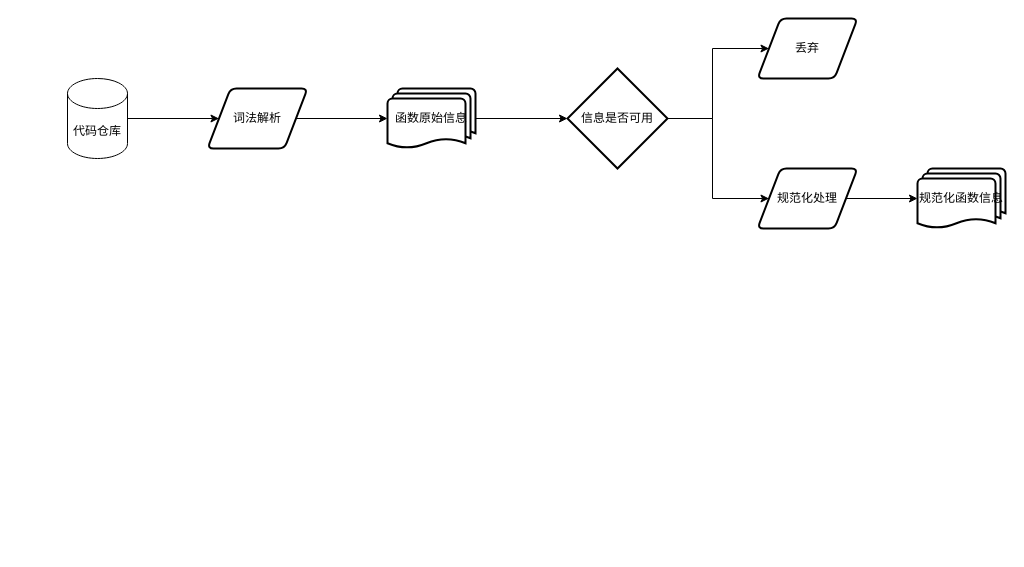
Earlier version of the draw.io diagram 设计流程图.drawio (wanghaoxu001/cloudimg). Source tidied: cells renumbered, new cells numbered last; positions are measured from the earlier drawing's top-left corner, leaving out a move shared by most shapes. Both pictures are drawn from the tidied source at 100%, with x=0, y=0 at pixel (67, 18).
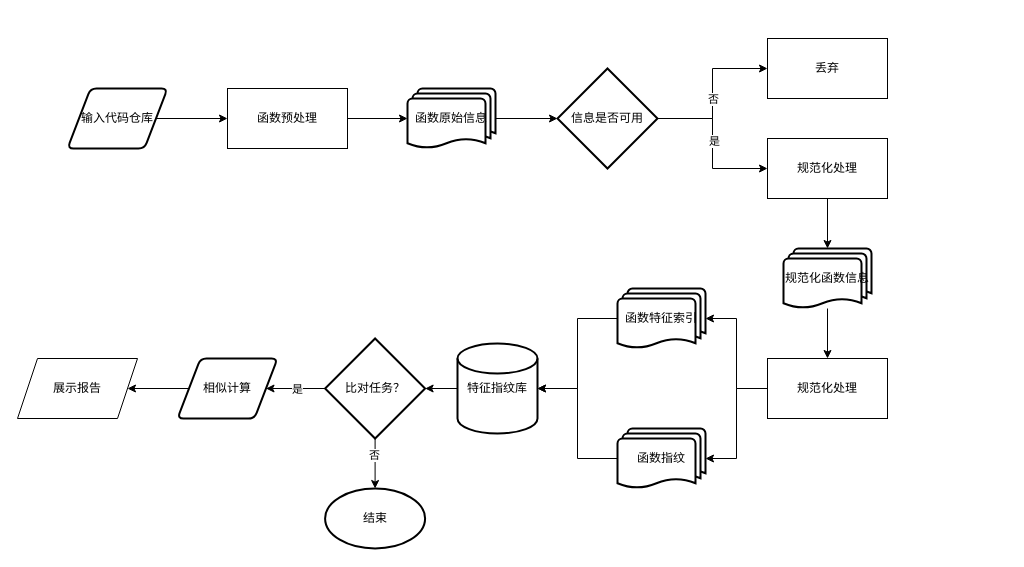
The same diagram, later.

Commit message (it also covers changes not shown here):
更新设计流程图.drawio

The change refers to these unchanged cells:
```xml
<mxCell id="11" style="edgeStyle=orthogonalEdgeStyle;rounded=0;jettySize=auto;html=1;entryX=0;entryY=0.5;entryDx=0;entryDy=0;" parent="1" edge="1" source="12" target="13">
  <mxGeometry relative="1" as="geometry" />
</mxCell>
```

Change to the diagram source:
```diff
@@
-    <mxCell id="2" style="edgeStyle=orthogonalEdgeStyle;rounded=0;jettySize=auto;html=1;entryX=0;entryY=0.5;entryDx=0;entryDy=0;" parent="1" edge="1" source="3" target="5">
-      <mxGeometry relative="1" as="geometry" />
-    </mxCell>
-    <mxCell id="3" value="代码仓库" style="shape=cylinder3;whiteSpace=wrap;html=1;boundedLbl=1;backgroundOutline=1;size=15;" parent="1" vertex="1">
-      <mxGeometry y="60" width="60" height="80" as="geometry" />
-    </mxCell>
-    <mxCell id="4" style="edgeStyle=orthogonalEdgeStyle;rounded=0;jettySize=auto;html=1;" parent="1" edge="1" source="5" target="7">
-      <mxGeometry relative="1" as="geometry" />
-    </mxCell>
-    <mxCell id="5" value="词法解析" style="shape=parallelogram;html=1;strokeWidth=2;perimeter=parallelogramPerimeter;whiteSpace=wrap;rounded=1;arcSize=12;size=0.23;" parent="1" vertex="1">
-      <mxGeometry x="140" y="70" width="100" height="60" as="geometry" />
-    </mxCell>
@@
     <mxCell id="7" value="函数原始信息" style="strokeWidth=2;html=1;shape=mxgraph.flowchart.multi-document;whiteSpace=wrap;" parent="1" vertex="1">
-      <mxGeometry x="320" y="70" width="88" height="60" as="geometry" />
+      <mxGeometry x="340" y="70" width="88" height="60" as="geometry" />
     </mxCell>
-    <mxCell id="8" style="edgeStyle=orthogonalEdgeStyle;rounded=0;jettySize=auto;html=1;entryX=0;entryY=0.5;entryDx=0;entryDy=0;entryPerimeter=0;" parent="1" edge="1" source="9" target="14">
-      <mxGeometry relative="1" as="geometry" />
-    </mxCell>
-    <mxCell id="9" value="规范化处理" style="shape=parallelogram;html=1;strokeWidth=2;perimeter=parallelogramPerimeter;whiteSpace=wrap;rounded=1;arcSize=12;size=0.23;" parent="1" vertex="1">
-      <mxGeometry x="690" y="150" width="100" height="60" as="geometry" />
-    </mxCell>
-    <mxCell id="10" style="edgeStyle=orthogonalEdgeStyle;rounded=0;jettySize=auto;html=1;" parent="1" edge="1" source="12" target="9">
-      <mxGeometry relative="1" as="geometry" />
-    </mxCell>
@@
+    <mxCell id="15" value="否" style="edgeLabel;html=1;align=center;verticalAlign=middle;" parent="11" vertex="1">
+      <mxGeometry x="0.19" relative="1" as="geometry">
+        <mxPoint y="20" as="offset" />
+      </mxGeometry>
+    </mxCell>
+    <mxCell id="16" style="edgeStyle=orthogonalEdgeStyle;rounded=0;jettySize=auto;html=1;entryX=0;entryY=0.5;entryDx=0;entryDy=0;" parent="1" edge="1" source="12" target="36">
+      <mxGeometry relative="1" as="geometry" />
+    </mxCell>
+    <mxCell id="17" value="是" style="edgeLabel;html=1;align=center;verticalAlign=middle;" parent="16" vertex="1">
+      <mxGeometry x="-0.04" y="1" relative="1" as="geometry" />
+    </mxCell>
     <mxCell id="12" value="信息是否可用" style="strokeWidth=2;html=1;shape=mxgraph.flowchart.decision;whiteSpace=wrap;" parent="1" vertex="1">
-      <mxGeometry x="500" y="50" width="100" height="100" as="geometry" />
+      <mxGeometry x="490" y="50" width="100" height="100" as="geometry" />
     </mxCell>
+    <mxCell id="18" style="edgeStyle=orthogonalEdgeStyle;rounded=0;jettySize=auto;html=1;" parent="1" edge="1" source="14" target="41">
+      <mxGeometry relative="1" as="geometry" />
+    </mxCell>
+    <mxCell id="14" value="规范化函数信息" style="strokeWidth=2;html=1;shape=mxgraph.flowchart.multi-document;whiteSpace=wrap;" parent="1" vertex="1">
+      <mxGeometry x="716" y="230" width="88" height="60" as="geometry" />
+    </mxCell>
+    <mxCell id="19" style="edgeStyle=orthogonalEdgeStyle;rounded=0;jettySize=auto;html=1;entryX=1;entryY=0.5;entryDx=0;entryDy=0;entryPerimeter=0;" parent="1" edge="1" source="20" target="24">
+      <mxGeometry relative="1" as="geometry" />
+    </mxCell>
+    <mxCell id="20" value="函数指纹" style="strokeWidth=2;html=1;shape=mxgraph.flowchart.multi-document;whiteSpace=wrap;" parent="1" vertex="1">
+      <mxGeometry x="550" y="410" width="88" height="60" as="geometry" />
+    </mxCell>
+    <mxCell id="21" style="edgeStyle=orthogonalEdgeStyle;rounded=0;jettySize=auto;html=1;entryX=1;entryY=0.5;entryDx=0;entryDy=0;entryPerimeter=0;" parent="1" edge="1" source="22" target="24">
+      <mxGeometry relative="1" as="geometry" />
+    </mxCell>
+    <mxCell id="22" value="函数特征索引" style="strokeWidth=2;html=1;shape=mxgraph.flowchart.multi-document;whiteSpace=wrap;" parent="1" vertex="1">
+      <mxGeometry x="550" y="270" width="88" height="60" as="geometry" />
+    </mxCell>
+    <mxCell id="23" style="edgeStyle=orthogonalEdgeStyle;rounded=0;jettySize=auto;html=1;" parent="1" edge="1" source="24" target="29">
+      <mxGeometry relative="1" as="geometry" />
+    </mxCell>
+    <mxCell id="24" value="特征指纹库" style="strokeWidth=2;html=1;shape=mxgraph.flowchart.database;whiteSpace=wrap;" parent="1" vertex="1">
+      <mxGeometry x="390" y="325" width="80" height="90" as="geometry" />
+    </mxCell>
+    <mxCell id="25" style="edgeStyle=orthogonalEdgeStyle;rounded=0;jettySize=auto;html=1;" parent="1" edge="1" source="29" target="31">
+      <mxGeometry relative="1" as="geometry" />
+    </mxCell>
+    <mxCell id="26" value="是" style="edgeLabel;html=1;align=center;verticalAlign=middle;" parent="25" vertex="1">
+      <mxGeometry x="-0.32" y="-2" relative="1" as="geometry">
+        <mxPoint x="-8" y="2" as="offset" />
+      </mxGeometry>
+    </mxCell>
+    <mxCell id="27" style="edgeStyle=orthogonalEdgeStyle;rounded=0;jettySize=auto;html=1;" parent="1" edge="1" source="29" target="32">
+      <mxGeometry relative="1" as="geometry" />
+    </mxCell>
+    <mxCell id="28" value="否" style="edgeLabel;html=1;align=center;verticalAlign=middle;" parent="27" vertex="1">
+      <mxGeometry x="-0.36" y="-1" relative="1" as="geometry" />
+    </mxCell>
+    <mxCell id="29" value="比对任务？" style="strokeWidth=2;html=1;shape=mxgraph.flowchart.decision;whiteSpace=wrap;" parent="1" vertex="1">
+      <mxGeometry x="257.6" y="320" width="100" height="100" as="geometry" />
+    </mxCell>
+    <mxCell id="30" style="edgeStyle=orthogonalEdgeStyle;rounded=0;jettySize=auto;html=1;" parent="1" edge="1" source="31" target="42">
+      <mxGeometry relative="1" as="geometry" />
+    </mxCell>
+    <mxCell id="31" value="相似计算" style="shape=parallelogram;html=1;strokeWidth=2;perimeter=parallelogramPerimeter;whiteSpace=wrap;rounded=1;arcSize=12;size=0.23;" parent="1" vertex="1">
+      <mxGeometry x="110" y="340" width="100" height="60" as="geometry" />
+    </mxCell>
+    <mxCell id="32" value="结束" style="strokeWidth=2;html=1;shape=mxgraph.flowchart.start_1;whiteSpace=wrap;" parent="1" vertex="1">
+      <mxGeometry x="257.6" y="470" width="100" height="60" as="geometry" />
+    </mxCell>
+    <mxCell id="33" style="edgeStyle=orthogonalEdgeStyle;rounded=0;jettySize=auto;html=1;entryX=0;entryY=0.5;entryDx=0;entryDy=0;entryPerimeter=0;" parent="1" edge="1" source="34" target="7">
+      <mxGeometry relative="1" as="geometry" />
+    </mxCell>
+    <mxCell id="34" value="函数预处理" style="rounded=0;whiteSpace=wrap;html=1;" parent="1" vertex="1">
+      <mxGeometry x="160" y="70" width="120" height="60" as="geometry" />
+    </mxCell>
-    <mxCell id="13" value="丢弃" style="shape=parallelogram;html=1;strokeWidth=2;perimeter=parallelogramPerimeter;whiteSpace=wrap;rounded=1;arcSize=12;size=0.23;" parent="1" vertex="1">
-      <mxGeometry x="690" width="100" height="60" as="geometry" />
+    <mxCell id="13" value="丢弃" style="rounded=0;whiteSpace=wrap;html=1;" parent="1" vertex="1">
+      <mxGeometry x="700" y="20" width="120" height="60" as="geometry" />
     </mxCell>
-    <mxCell id="14" value="规范化函数信息" style="strokeWidth=2;html=1;shape=mxgraph.flowchart.multi-document;whiteSpace=wrap;" parent="1" vertex="1">
-      <mxGeometry x="850" y="150" width="88" height="60" as="geometry" />
-    </mxCell>
+    <mxCell id="35" style="edgeStyle=orthogonalEdgeStyle;rounded=0;jettySize=auto;html=1;" parent="1" edge="1" source="36" target="14">
+      <mxGeometry relative="1" as="geometry" />
+    </mxCell>
+    <mxCell id="36" value="规范化处理" style="rounded=0;whiteSpace=wrap;html=1;" parent="1" vertex="1">
+      <mxGeometry x="700" y="120" width="120" height="60" as="geometry" />
+    </mxCell>
+    <mxCell id="37" style="edgeStyle=orthogonalEdgeStyle;rounded=0;jettySize=auto;html=1;entryX=0;entryY=0.5;entryDx=0;entryDy=0;" parent="1" edge="1" source="38" target="34">
+      <mxGeometry relative="1" as="geometry" />
+    </mxCell>
+    <mxCell id="38" value="输入代码仓库" style="shape=parallelogram;html=1;strokeWidth=2;perimeter=parallelogramPerimeter;whiteSpace=wrap;rounded=1;arcSize=12;size=0.23;" parent="1" vertex="1">
+      <mxGeometry y="70" width="100" height="60" as="geometry" />
+    </mxCell>
+    <mxCell id="39" style="edgeStyle=orthogonalEdgeStyle;rounded=0;jettySize=auto;html=1;entryX=1;entryY=0.5;entryDx=0;entryDy=0;entryPerimeter=0;" parent="1" edge="1" source="41" target="22">
+      <mxGeometry relative="1" as="geometry" />
+    </mxCell>
+    <mxCell id="40" style="edgeStyle=orthogonalEdgeStyle;rounded=0;jettySize=auto;html=1;entryX=1;entryY=0.5;entryDx=0;entryDy=0;entryPerimeter=0;" parent="1" edge="1" source="41" target="20">
+      <mxGeometry relative="1" as="geometry" />
+    </mxCell>
+    <mxCell id="41" value="规范化处理" style="rounded=0;whiteSpace=wrap;html=1;" parent="1" vertex="1">
+      <mxGeometry x="700" y="340" width="120" height="60" as="geometry" />
+    </mxCell>
+    <mxCell id="42" value="展示报告" style="shape=parallelogram;perimeter=parallelogramPerimeter;whiteSpace=wrap;html=1;fixedSize=1;" parent="1" vertex="1">
+      <mxGeometry x="-50" y="340" width="120" height="60" as="geometry" />
+    </mxCell>
```
